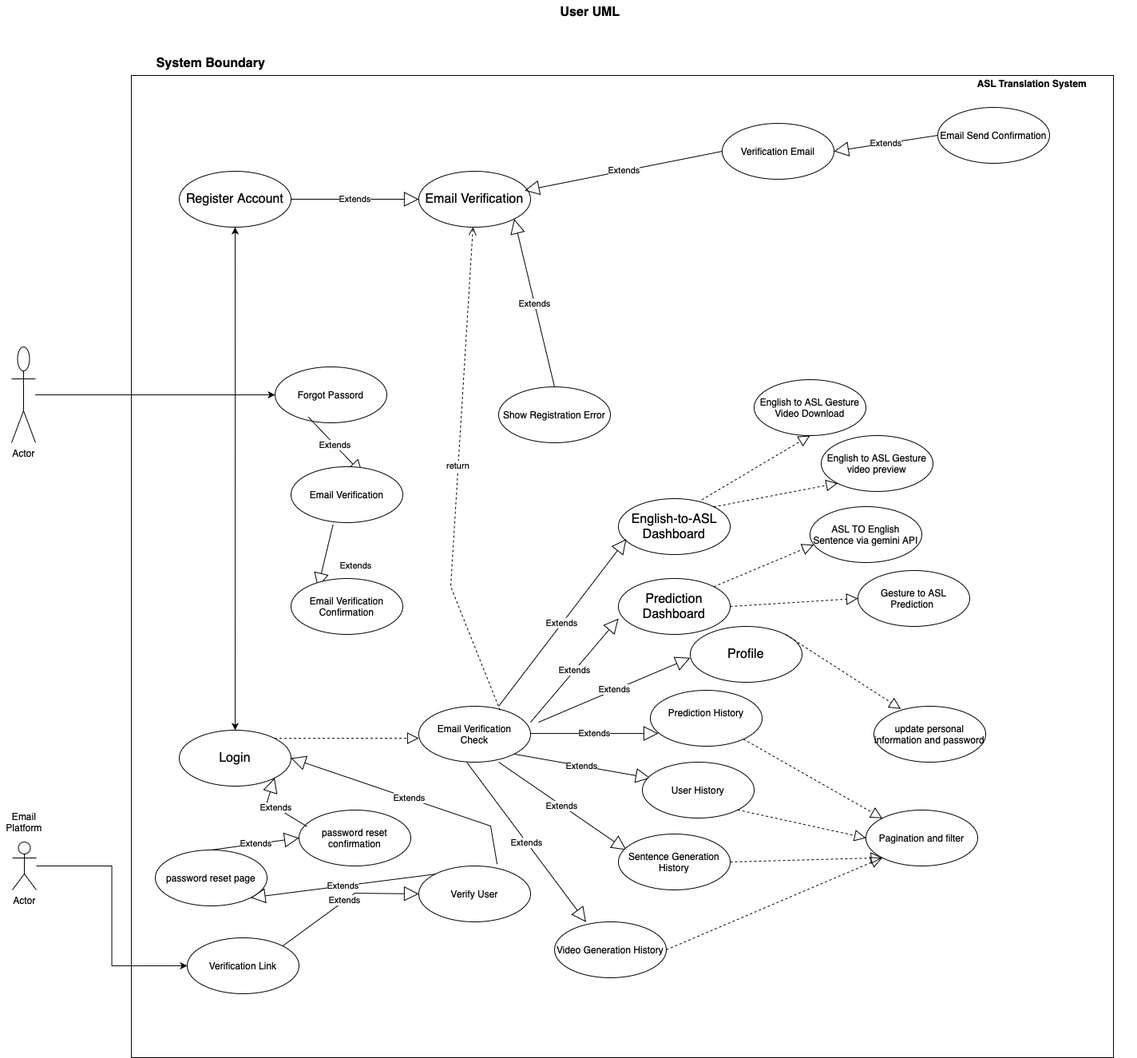
The draw.io diagram Use Case Diagram/asl_user_use_case.png in bsameer12/Production_Project_Final_Year, before a commit. Source tidied: cells renumbered, new cells last; positions are measured from the earlier drawing's top-left corner, leaving out a move shared by most shapes.
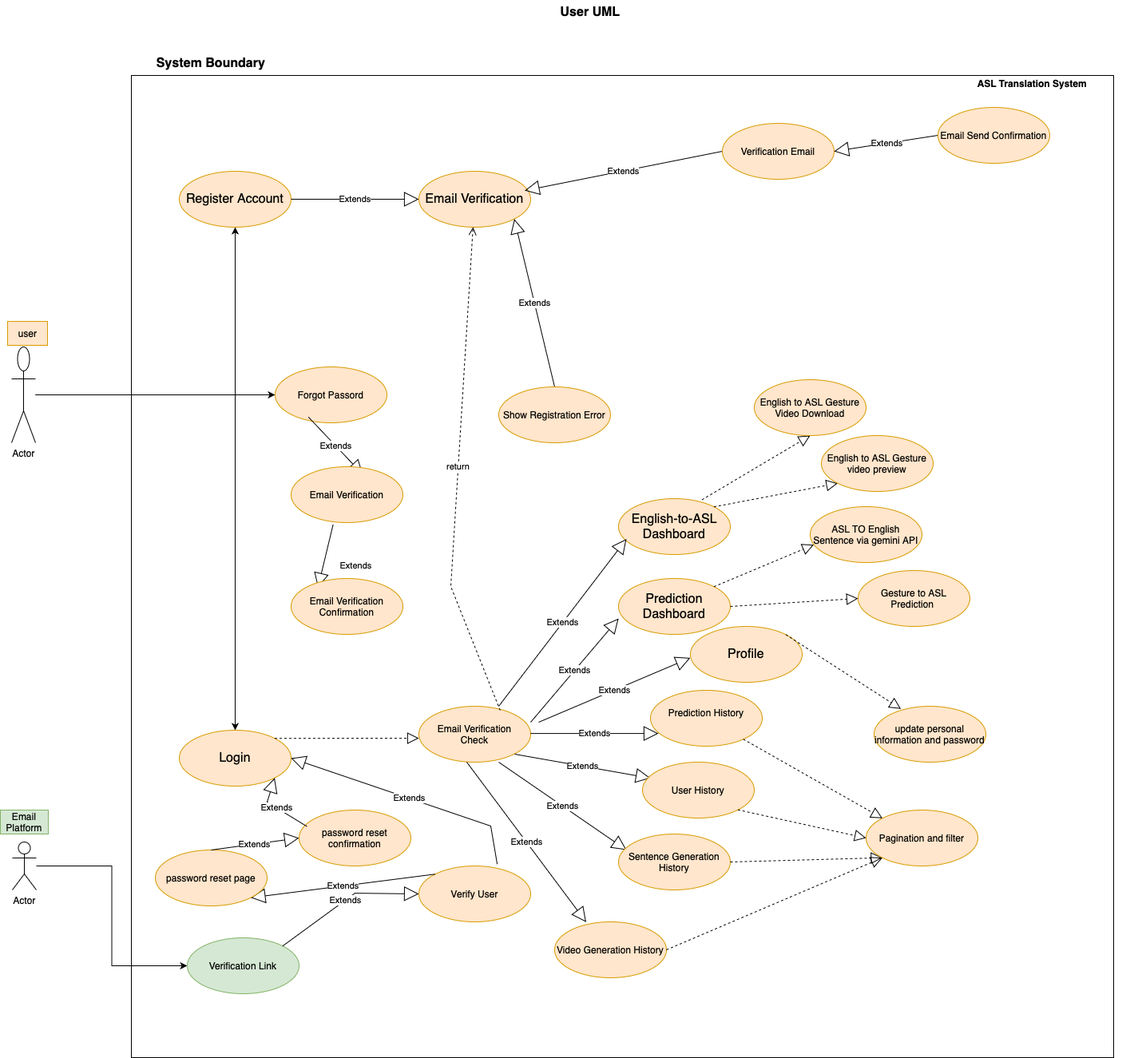
Above is the later version.

Commit message:
feat(diagram): added overall use case diagram for system interaction

Change to the diagram source:
```diff
@@ -26,34 +26,34 @@
     <mxCell id="9" value="Actor" style="shape=umlActor;verticalLabelPosition=bottom;verticalAlign=top;html=1;outlineConnect=0;" parent="1" vertex="1">
       <mxGeometry x="14" y="434" width="30" height="120" as="geometry" />
     </mxCell>
-    <mxCell id="10" value="&lt;span style=&quot;text-align: start; font-size: medium;&quot;&gt;Register Account&lt;/span&gt;" style="ellipse;whiteSpace=wrap;html=1;" parent="1" vertex="1">
+    <mxCell id="10" value="&lt;span style=&quot;text-align: start; font-size: medium;&quot;&gt;Register Account&lt;/span&gt;" style="ellipse;whiteSpace=wrap;html=1;fillColor=#ffe6cc;strokeColor=#d79b00;" parent="1" vertex="1">
       <mxGeometry x="224" y="214" width="140" height="70" as="geometry" />
     </mxCell>
-    <mxCell id="11" value="&lt;span style=&quot;text-align: start; font-size: medium;&quot;&gt;Login&lt;/span&gt;" style="ellipse;whiteSpace=wrap;html=1;" parent="1" vertex="1">
+    <mxCell id="11" value="&lt;span style=&quot;text-align: start; font-size: medium;&quot;&gt;Login&lt;/span&gt;" style="ellipse;whiteSpace=wrap;html=1;fillColor=#ffe6cc;strokeColor=#d79b00;" parent="1" vertex="1">
       <mxGeometry x="224" y="914" width="140" height="70" as="geometry" />
     </mxCell>
     <mxCell id="12" value="Extends" style="endArrow=block;endSize=16;endFill=0;html=1;rounded=0;entryX=0;entryY=0.5;entryDx=0;entryDy=0;exitX=1;exitY=0.5;exitDx=0;exitDy=0;" parent="1" edge="1" source="10" target="13">
       <mxGeometry relative="1" as="geometry" />
     </mxCell>
-    <mxCell id="13" value="&lt;span style=&quot;text-align: start; font-size: medium;&quot;&gt;Email Verification&lt;/span&gt;" style="ellipse;whiteSpace=wrap;html=1;" parent="1" vertex="1">
+    <mxCell id="13" value="&lt;span style=&quot;text-align: start; font-size: medium;&quot;&gt;Email Verification&lt;/span&gt;" style="ellipse;whiteSpace=wrap;html=1;fillColor=#ffe6cc;strokeColor=#d79b00;" parent="1" vertex="1">
       <mxGeometry x="524" y="214" width="140" height="70" as="geometry" />
     </mxCell>
     <mxCell id="14" value="Extends" style="endArrow=block;endSize=16;endFill=0;html=1;rounded=0;exitX=0;exitY=0.5;exitDx=0;exitDy=0;entryX=0.947;entryY=0.345;entryDx=0;entryDy=0;entryPerimeter=0;" parent="1" edge="1" source="15" target="13">
       <mxGeometry relative="1" as="geometry" />
     </mxCell>
-    <mxCell id="15" value="Verification Email" style="ellipse;whiteSpace=wrap;html=1;" parent="1" vertex="1">
+    <mxCell id="15" value="Verification Email" style="ellipse;whiteSpace=wrap;html=1;fillColor=#ffe6cc;strokeColor=#d79b00;" parent="1" vertex="1">
       <mxGeometry x="904" y="154" width="140" height="70" as="geometry" />
     </mxCell>
     <mxCell id="16" value="Extends" style="endArrow=block;endSize=16;endFill=0;html=1;rounded=0;exitX=0.5;exitY=0;exitDx=0;exitDy=0;entryX=1;entryY=1;entryDx=0;entryDy=0;" parent="1" edge="1" source="17" target="13">
       <mxGeometry relative="1" as="geometry" />
     </mxCell>
-    <mxCell id="17" value="Show Registration Error" style="ellipse;whiteSpace=wrap;html=1;" parent="1" vertex="1">
+    <mxCell id="17" value="Show Registration Error" style="ellipse;whiteSpace=wrap;html=1;fillColor=#ffe6cc;strokeColor=#d79b00;" parent="1" vertex="1">
       <mxGeometry x="624" y="484" width="140" height="70" as="geometry" />
     </mxCell>
     <mxCell id="18" value="Extends" style="endArrow=block;endSize=16;endFill=0;html=1;rounded=0;entryX=1;entryY=0.5;entryDx=0;entryDy=0;exitX=0;exitY=0.5;exitDx=0;exitDy=0;" parent="1" edge="1" source="19" target="15">
       <mxGeometry relative="1" as="geometry" />
     </mxCell>
-    <mxCell id="19" value="Email Send Confirmation" style="ellipse;whiteSpace=wrap;html=1;" parent="1" vertex="1">
+    <mxCell id="19" value="Email Send Confirmation" style="ellipse;whiteSpace=wrap;html=1;fillColor=#ffe6cc;strokeColor=#d79b00;" parent="1" vertex="1">
       <mxGeometry x="1174" y="134" width="140" height="70" as="geometry" />
     </mxCell>
     <mxCell id="20" style="edgeStyle=orthogonalEdgeStyle;rounded=0;jettySize=auto;html=1;entryX=0;entryY=0.5;entryDx=0;entryDy=0;" parent="1" edge="1" source="21" target="23">
@@ -62,10 +62,10 @@
     <mxCell id="21" value="Actor" style="shape=umlActor;verticalLabelPosition=bottom;verticalAlign=top;html=1;" parent="1" vertex="1">
       <mxGeometry x="15" y="1054" width="30" height="60" as="geometry" />
     </mxCell>
-    <mxCell id="22" value="Email Platform" style="text;html=1;align=center;verticalAlign=middle;whiteSpace=wrap;rounded=0;" parent="1" vertex="1">
+    <mxCell id="22" value="Email Platform" style="text;html=1;align=center;verticalAlign=middle;whiteSpace=wrap;rounded=0;fillColor=#d5e8d4;strokeColor=#82b366;" parent="1" vertex="1">
       <mxGeometry y="1014" width="60" height="30" as="geometry" />
     </mxCell>
-    <mxCell id="23" value="Verification Link" style="ellipse;whiteSpace=wrap;html=1;" parent="1" vertex="1">
+    <mxCell id="23" value="Verification Link" style="ellipse;whiteSpace=wrap;html=1;fillColor=#d5e8d4;strokeColor=#82b366;" parent="1" vertex="1">
       <mxGeometry x="234" y="1174" width="140" height="70" as="geometry" />
     </mxCell>
     <mxCell id="24" value="Extends" style="endArrow=block;endSize=16;endFill=0;html=1;rounded=0;exitX=1;exitY=0;exitDx=0;exitDy=0;entryX=0;entryY=0.5;entryDx=0;entryDy=0;" parent="1" edge="1" source="23" target="25">
@@ -75,7 +75,7 @@
         </Array>
       </mxGeometry>
     </mxCell>
-    <mxCell id="25" value="Verify User" style="ellipse;whiteSpace=wrap;html=1;" parent="1" vertex="1">
+    <mxCell id="25" value="Verify User" style="ellipse;whiteSpace=wrap;html=1;fillColor=#ffe6cc;strokeColor=#d79b00;" parent="1" vertex="1">
       <mxGeometry x="524" y="1084" width="140" height="70" as="geometry" />
     </mxCell>
     <mxCell id="26" value="Extends" style="endArrow=block;endSize=16;endFill=0;html=1;rounded=0;exitX=0.701;exitY=-0.031;exitDx=0;exitDy=0;exitPerimeter=0;entryX=1;entryY=0.5;entryDx=0;entryDy=0;" parent="1" edge="1" source="25" target="11">
@@ -90,7 +90,7 @@
         <mxPoint x="524" y="924" as="targetPoint" />
       </mxGeometry>
     </mxCell>
-    <mxCell id="28" value="Email Verification&lt;div&gt;Check&lt;/div&gt;" style="ellipse;whiteSpace=wrap;html=1;" parent="1" vertex="1">
+    <mxCell id="28" value="Email Verification&lt;div&gt;Check&lt;/div&gt;" style="ellipse;whiteSpace=wrap;html=1;fillColor=#ffe6cc;strokeColor=#d79b00;" parent="1" vertex="1">
       <mxGeometry x="524" y="884" width="140" height="70" as="geometry" />
     </mxCell>
     <mxCell id="29" value="return" style="html=1;verticalAlign=bottom;endArrow=open;dashed=1;endSize=8;curved=0;rounded=0;exitX=0.727;exitY=0.073;exitDx=0;exitDy=0;exitPerimeter=0;" parent="1" edge="1" source="28" target="13">
@@ -106,7 +106,7 @@
         <mxPoint x="824" y="918.1" as="targetPoint" />
       </mxGeometry>
     </mxCell>
-    <mxCell id="31" value="&lt;span style=&quot;text-align: start; font-size: medium;&quot;&gt;Profile&lt;/span&gt;" style="ellipse;whiteSpace=wrap;html=1;" parent="1" vertex="1">
+    <mxCell id="31" value="&lt;span style=&quot;text-align: start; font-size: medium;&quot;&gt;Profile&lt;/span&gt;" style="ellipse;whiteSpace=wrap;html=1;fillColor=#ffe6cc;strokeColor=#d79b00;" parent="1" vertex="1">
       <mxGeometry x="864" y="784" width="140" height="70" as="geometry" />
     </mxCell>
     <mxCell id="32" value="Extends" style="endArrow=block;endSize=16;endFill=0;html=1;rounded=0;entryX=0.496;entryY=0.553;entryDx=0;entryDy=0;entryPerimeter=0;" parent="1" edge="1" target="2">
@@ -114,7 +114,7 @@
         <mxPoint x="664" y="904" as="sourcePoint" />
       </mxGeometry>
     </mxCell>
-    <mxCell id="33" value="&lt;div style=&quot;&quot;&gt;&lt;font size=&quot;3&quot;&gt;Prediction Dashboard&lt;/font&gt;&lt;/div&gt;" style="ellipse;whiteSpace=wrap;html=1;align=center;" parent="1" vertex="1">
+    <mxCell id="33" value="&lt;div style=&quot;&quot;&gt;&lt;font size=&quot;3&quot;&gt;Prediction Dashboard&lt;/font&gt;&lt;/div&gt;" style="ellipse;whiteSpace=wrap;html=1;align=center;fillColor=#ffe6cc;strokeColor=#d79b00;" parent="1" vertex="1">
       <mxGeometry x="774" y="724" width="140" height="70" as="geometry" />
     </mxCell>
     <mxCell id="34" value="Extends" style="endArrow=block;endSize=16;endFill=0;html=1;rounded=0;" parent="1" edge="1">
@@ -123,7 +123,7 @@
         <mxPoint x="814" y="974" as="targetPoint" />
       </mxGeometry>
     </mxCell>
-    <mxCell id="35" value="&lt;span style=&quot;font-size: medium;&quot;&gt;English-to-ASL Dashboard&lt;/span&gt;" style="ellipse;whiteSpace=wrap;html=1;align=center;" parent="1" vertex="1">
+    <mxCell id="35" value="&lt;span style=&quot;font-size: medium;&quot;&gt;English-to-ASL Dashboard&lt;/span&gt;" style="ellipse;whiteSpace=wrap;html=1;align=center;fillColor=#ffe6cc;strokeColor=#d79b00;" parent="1" vertex="1">
       <mxGeometry x="774" y="624" width="140" height="70" as="geometry" />
     </mxCell>
     <mxCell id="36" value="Extends" style="endArrow=block;endSize=16;endFill=0;html=1;rounded=0;entryX=0.569;entryY=0.593;entryDx=0;entryDy=0;entryPerimeter=0;" parent="1" edge="1" target="2">
@@ -131,7 +131,7 @@
         <mxPoint x="674" y="904" as="sourcePoint" />
       </mxGeometry>
     </mxCell>
-    <mxCell id="37" value="Prediction History&lt;div&gt;&lt;br&gt;&lt;/div&gt;" style="ellipse;whiteSpace=wrap;html=1;" parent="1" vertex="1">
+    <mxCell id="37" value="Prediction History&lt;div&gt;&lt;br&gt;&lt;/div&gt;" style="ellipse;whiteSpace=wrap;html=1;fillColor=#ffe6cc;strokeColor=#d79b00;" parent="1" vertex="1">
       <mxGeometry x="814" y="864" width="140" height="70" as="geometry" />
     </mxCell>
     <mxCell id="38" value="Extends" style="endArrow=block;endSize=16;endFill=0;html=1;rounded=0;entryX=0.504;entryY=0.472;entryDx=0;entryDy=0;entryPerimeter=0;" parent="1" edge="1" target="2">
@@ -139,7 +139,7 @@
         <mxPoint x="624" y="884" as="sourcePoint" />
       </mxGeometry>
     </mxCell>
-    <mxCell id="39" value="User History" style="ellipse;whiteSpace=wrap;html=1;" parent="1" vertex="1">
+    <mxCell id="39" value="User History" style="ellipse;whiteSpace=wrap;html=1;fillColor=#ffe6cc;strokeColor=#d79b00;" parent="1" vertex="1">
       <mxGeometry x="804" y="954" width="140" height="70" as="geometry" />
     </mxCell>
     <mxCell id="40" value="Extends" style="endArrow=block;endSize=16;endFill=0;html=1;rounded=0;" parent="1" edge="1">
@@ -148,7 +148,7 @@
         <mxPoint x="784" y="1064" as="targetPoint" />
       </mxGeometry>
     </mxCell>
-    <mxCell id="41" value="Sentence Generation History" style="ellipse;whiteSpace=wrap;html=1;" parent="1" vertex="1">
+    <mxCell id="41" value="Sentence Generation History" style="ellipse;whiteSpace=wrap;html=1;fillColor=#ffe6cc;strokeColor=#d79b00;" parent="1" vertex="1">
       <mxGeometry x="774" y="1044" width="140" height="70" as="geometry" />
     </mxCell>
     <mxCell id="42" value="Extends" style="endArrow=block;endSize=16;endFill=0;html=1;rounded=0;entryX=0.463;entryY=0.862;entryDx=0;entryDy=0;entryPerimeter=0;" parent="1" edge="1" target="2">
@@ -156,7 +156,7 @@
         <mxPoint x="584" y="954" as="sourcePoint" />
       </mxGeometry>
     </mxCell>
-    <mxCell id="43" value="Video Generation History" style="ellipse;whiteSpace=wrap;html=1;" parent="1" vertex="1">
+    <mxCell id="43" value="Video Generation History" style="ellipse;whiteSpace=wrap;html=1;fillColor=#ffe6cc;strokeColor=#d79b00;" parent="1" vertex="1">
       <mxGeometry x="694" y="1154" width="140" height="70" as="geometry" />
     </mxCell>
     <mxCell id="44" style="endArrow=block;dashed=1;endFill=0;endSize=12;html=1;rounded=0;entryX=0;entryY=0;entryDx=0;entryDy=0;" parent="1" edge="1" source="37" target="48">
@@ -171,64 +171,64 @@
     <mxCell id="47" style="endArrow=block;dashed=1;endFill=0;endSize=12;html=1;rounded=0;exitX=1;exitY=0.5;exitDx=0;exitDy=0;entryX=0;entryY=1;entryDx=0;entryDy=0;" parent="1" edge="1" source="43" target="48">
       <mxGeometry relative="1" as="geometry" />
     </mxCell>
-    <mxCell id="48" value="Pagination and filter" style="ellipse;whiteSpace=wrap;html=1;" parent="1" vertex="1">
+    <mxCell id="48" value="Pagination and filter" style="ellipse;whiteSpace=wrap;html=1;fillColor=#ffe6cc;strokeColor=#d79b00;" parent="1" vertex="1">
       <mxGeometry x="1084" y="1014" width="140" height="70" as="geometry" />
     </mxCell>
     <mxCell id="49" style="endArrow=block;dashed=1;endFill=0;endSize=12;html=1;rounded=0;entryX=0.24;entryY=0.047;entryDx=0;entryDy=0;entryPerimeter=0;exitX=1;exitY=0;exitDx=0;exitDy=0;" parent="1" edge="1" source="31" target="50">
       <mxGeometry relative="1" as="geometry" />
     </mxCell>
-    <mxCell id="50" value="update personal information and password" style="ellipse;whiteSpace=wrap;html=1;" parent="1" vertex="1">
+    <mxCell id="50" value="update personal information and password" style="ellipse;whiteSpace=wrap;html=1;fillColor=#ffe6cc;strokeColor=#d79b00;" parent="1" vertex="1">
       <mxGeometry x="1094" y="884" width="140" height="70" as="geometry" />
     </mxCell>
     <mxCell id="51" style="endArrow=block;dashed=1;endFill=0;endSize=12;html=1;rounded=0;entryX=0;entryY=0.5;entryDx=0;entryDy=0;exitX=1;exitY=0.5;exitDx=0;exitDy=0;" parent="1" edge="1" source="33" target="52">
       <mxGeometry relative="1" as="geometry" />
     </mxCell>
-    <mxCell id="52" value="Gesture to ASL Prediction&amp;nbsp;" style="ellipse;whiteSpace=wrap;html=1;" parent="1" vertex="1">
+    <mxCell id="52" value="Gesture to ASL Prediction&amp;nbsp;" style="ellipse;whiteSpace=wrap;html=1;fillColor=#ffe6cc;strokeColor=#d79b00;" parent="1" vertex="1">
       <mxGeometry x="1074" y="714" width="140" height="70" as="geometry" />
     </mxCell>
     <mxCell id="53" style="endArrow=block;dashed=1;endFill=0;endSize=12;html=1;rounded=0;entryX=0.032;entryY=0.683;entryDx=0;entryDy=0;entryPerimeter=0;exitX=1;exitY=0;exitDx=0;exitDy=0;" parent="1" edge="1" source="33" target="54">
       <mxGeometry relative="1" as="geometry" />
     </mxCell>
-    <mxCell id="54" value="ASL TO English Sentence via gemini API" style="ellipse;whiteSpace=wrap;html=1;" parent="1" vertex="1">
+    <mxCell id="54" value="ASL TO English Sentence via gemini API" style="ellipse;whiteSpace=wrap;html=1;fillColor=#ffe6cc;strokeColor=#d79b00;" parent="1" vertex="1">
       <mxGeometry x="1014" y="634" width="140" height="70" as="geometry" />
     </mxCell>
     <mxCell id="55" style="endArrow=block;dashed=1;endFill=0;endSize=12;html=1;rounded=0;entryX=0;entryY=1;entryDx=0;entryDy=0;exitX=1;exitY=0;exitDx=0;exitDy=0;" parent="1" edge="1" source="35" target="56">
       <mxGeometry relative="1" as="geometry" />
     </mxCell>
-    <mxCell id="56" value="English to ASL Gesture video preview" style="ellipse;whiteSpace=wrap;html=1;" parent="1" vertex="1">
+    <mxCell id="56" value="English to ASL Gesture video preview" style="ellipse;whiteSpace=wrap;html=1;fillColor=#ffe6cc;strokeColor=#d79b00;" parent="1" vertex="1">
       <mxGeometry x="1028" y="545" width="140" height="70" as="geometry" />
     </mxCell>
     <mxCell id="57" style="endArrow=block;dashed=1;endFill=0;endSize=12;html=1;rounded=0;exitX=0.746;exitY=0.021;exitDx=0;exitDy=0;exitPerimeter=0;entryX=0.5;entryY=1;entryDx=0;entryDy=0;" parent="1" edge="1" source="35" target="58">
       <mxGeometry relative="1" as="geometry" />
     </mxCell>
-    <mxCell id="58" value="English to ASL Gesture Video Download" style="ellipse;whiteSpace=wrap;html=1;" parent="1" vertex="1">
+    <mxCell id="58" value="English to ASL Gesture Video Download" style="ellipse;whiteSpace=wrap;html=1;fillColor=#ffe6cc;strokeColor=#d79b00;" parent="1" vertex="1">
       <mxGeometry x="944" y="475" width="140" height="70" as="geometry" />
     </mxCell>
-    <mxCell id="59" value="Forgot Passord" style="ellipse;whiteSpace=wrap;html=1;" parent="1" vertex="1">
+    <mxCell id="59" value="Forgot Passord" style="ellipse;whiteSpace=wrap;html=1;fillColor=#ffe6cc;strokeColor=#d79b00;" parent="1" vertex="1">
       <mxGeometry x="344" y="459" width="140" height="70" as="geometry" />
     </mxCell>
     <mxCell id="60" value="Extends" style="endArrow=block;endSize=16;endFill=0;html=1;rounded=0;exitX=0.298;exitY=0.897;exitDx=0;exitDy=0;exitPerimeter=0;entryX=0.643;entryY=0.143;entryDx=0;entryDy=0;entryPerimeter=0;" parent="1" edge="1" source="59" target="61">
       <mxGeometry relative="1" as="geometry" />
     </mxCell>
-    <mxCell id="61" value="Email Verification" style="ellipse;whiteSpace=wrap;html=1;" parent="1" vertex="1">
+    <mxCell id="61" value="Email Verification" style="ellipse;whiteSpace=wrap;html=1;fillColor=#ffe6cc;strokeColor=#d79b00;" parent="1" vertex="1">
       <mxGeometry x="364" y="584" width="140" height="70" as="geometry" />
     </mxCell>
     <mxCell id="62" value="Extends" style="endArrow=block;endSize=16;endFill=0;html=1;rounded=0;exitX=0.376;exitY=1.034;exitDx=0;exitDy=0;entryX=0.24;entryY=0.164;entryDx=0;entryDy=0;entryPerimeter=0;exitPerimeter=0;" parent="1" edge="1" source="61" target="63">
       <mxGeometry x="0.07" y="40" relative="1" as="geometry" />
     </mxCell>
-    <mxCell id="63" value="Email Verification Confirmation" style="ellipse;whiteSpace=wrap;html=1;" parent="1" vertex="1">
+    <mxCell id="63" value="Email Verification Confirmation" style="ellipse;whiteSpace=wrap;html=1;fillColor=#ffe6cc;strokeColor=#d79b00;" parent="1" vertex="1">
       <mxGeometry x="364" y="724" width="140" height="70" as="geometry" />
     </mxCell>
     <mxCell id="64" value="Extends" style="endArrow=block;endSize=16;endFill=0;html=1;rounded=0;exitX=0;exitY=0;exitDx=0;exitDy=0;entryX=1;entryY=1;entryDx=0;entryDy=0;" parent="1" edge="1" source="25" target="65">
       <mxGeometry relative="1" as="geometry" />
     </mxCell>
-    <mxCell id="65" value="password reset page" style="ellipse;whiteSpace=wrap;html=1;" parent="1" vertex="1">
+    <mxCell id="65" value="password reset page" style="ellipse;whiteSpace=wrap;html=1;fillColor=#ffe6cc;strokeColor=#d79b00;" parent="1" vertex="1">
       <mxGeometry x="194" y="1064" width="140" height="70" as="geometry" />
     </mxCell>
     <mxCell id="66" value="Extends" style="endArrow=block;endSize=16;endFill=0;html=1;rounded=0;exitX=0.5;exitY=0;exitDx=0;exitDy=0;entryX=0;entryY=0.5;entryDx=0;entryDy=0;" parent="1" edge="1" source="65" target="67">
       <mxGeometry relative="1" as="geometry" />
     </mxCell>
-    <mxCell id="67" value="password reset confirmation" style="ellipse;whiteSpace=wrap;html=1;" parent="1" vertex="1">
+    <mxCell id="67" value="password reset confirmation" style="ellipse;whiteSpace=wrap;html=1;fillColor=#ffe6cc;strokeColor=#d79b00;" parent="1" vertex="1">
       <mxGeometry x="374" y="1014" width="140" height="70" as="geometry" />
     </mxCell>
     <mxCell id="68" value="Extends" style="endArrow=block;endSize=16;endFill=0;html=1;rounded=0;exitX=0.071;exitY=0.294;exitDx=0;exitDy=0;exitPerimeter=0;entryX=1;entryY=1;entryDx=0;entryDy=0;" parent="1" edge="1" source="67" target="11">
@@ -238,5 +238,8 @@
         </Array>
       </mxGeometry>
     </mxCell>
+    <mxCell id="69" value="user" style="text;html=1;align=center;verticalAlign=middle;strokeColor=#d79b00;fillColor=#ffe6cc;" parent="1" vertex="1">
+      <mxGeometry x="9" y="402" width="50" height="30" as="geometry" />
+    </mxCell>
   </root>
 </mxGraphModel>
```
